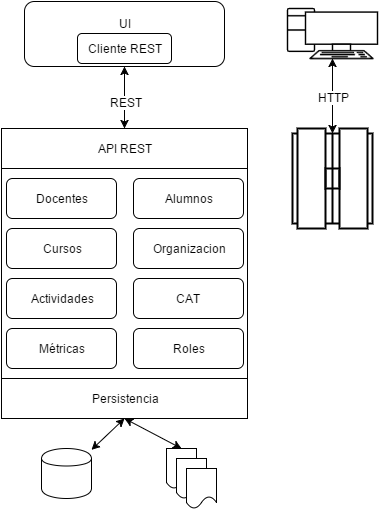
Before: trunk/docs/Entregables/Especificacion de Arquitectura/img/Arquitectura_0.png, a diagram exported from draw.io (safabox/SAFE). Source tidied: cells renumbered, new cells last; positions are measured from the earlier drawing's top-left corner, leaving out a move shared by most shapes.
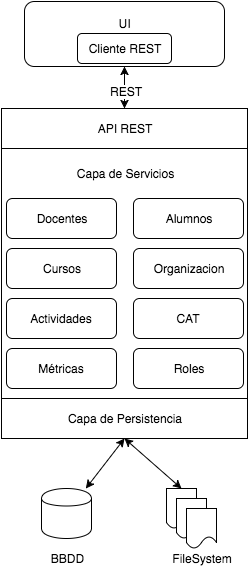
The same file after the commit.

Diff of the diagram source:
```diff
@@ -3,34 +3,34 @@
     <mxCell id="0" />
     <mxCell id="1" parent="0" />
     <mxCell id="2" style="whiteSpace=wrap;html=1;strokeWidth=1;align=center;" parent="1" vertex="1">
-      <mxGeometry y="167" width="246" height="210" as="geometry" />
+      <mxGeometry y="142" width="246" height="255" as="geometry" />
     </mxCell>
     <mxCell id="3" style="rounded=1;whiteSpace=wrap;html=1;strokeWidth=1;align=center;" parent="1" vertex="1">
       <mxGeometry x="23" width="200" height="65" as="geometry" />
     </mxCell>
     <mxCell id="4" value="Docentes" style="rounded=1;whiteSpace=wrap;html=1;strokeWidth=1;align=center;" parent="1" vertex="1">
-      <mxGeometry x="5" y="177" width="110" height="40" as="geometry" />
+      <mxGeometry x="5" y="197" width="110" height="40" as="geometry" />
     </mxCell>
     <mxCell id="5" value="Organizacion" style="rounded=1;whiteSpace=wrap;html=1;strokeWidth=1;align=center;" parent="1" vertex="1">
-      <mxGeometry x="132" y="227" width="110" height="40" as="geometry" />
+      <mxGeometry x="132" y="247" width="110" height="40" as="geometry" />
     </mxCell>
     <mxCell id="6" value="Alumnos" style="rounded=1;whiteSpace=wrap;html=1;strokeWidth=1;align=center;" parent="1" vertex="1">
-      <mxGeometry x="132" y="177" width="110" height="40" as="geometry" />
+      <mxGeometry x="132" y="197" width="110" height="40" as="geometry" />
     </mxCell>
     <mxCell id="7" value="Cursos" style="rounded=1;whiteSpace=wrap;html=1;strokeWidth=1;align=center;" parent="1" vertex="1">
-      <mxGeometry x="5" y="227" width="110" height="40" as="geometry" />
+      <mxGeometry x="5" y="247" width="110" height="40" as="geometry" />
     </mxCell>
     <mxCell id="8" value="Actividades" style="rounded=1;whiteSpace=wrap;html=1;strokeWidth=1;align=center;" parent="1" vertex="1">
-      <mxGeometry x="5" y="277" width="110" height="40" as="geometry" />
+      <mxGeometry x="5" y="297" width="110" height="40" as="geometry" />
     </mxCell>
     <mxCell id="9" value="Métricas" style="rounded=1;whiteSpace=wrap;html=1;strokeWidth=1;align=center;" parent="1" vertex="1">
-      <mxGeometry x="5" y="327" width="110" height="40" as="geometry" />
+      <mxGeometry x="5" y="347" width="110" height="40" as="geometry" />
     </mxCell>
     <mxCell id="10" value="CAT" style="rounded=1;whiteSpace=wrap;html=1;strokeWidth=1;align=center;" parent="1" vertex="1">
-      <mxGeometry x="132" y="277" width="110" height="40" as="geometry" />
+      <mxGeometry x="132" y="297" width="110" height="40" as="geometry" />
     </mxCell>
     <mxCell id="11" value="Roles" style="rounded=1;whiteSpace=wrap;html=1;strokeWidth=1;align=center;" parent="1" vertex="1">
-      <mxGeometry x="132" y="327" width="110" height="40" as="geometry" />
+      <mxGeometry x="132" y="347" width="110" height="40" as="geometry" />
     </mxCell>
     <mxCell id="12" style="edgeStyle=none;rounded=0;html=1;exitX=0.5;exitY=0;entryX=0.5;entryY=1;startArrow=classic;startFill=1;jettySize=auto;" parent="1" edge="1" source="14" target="3">
       <mxGeometry relative="1" as="geometry" />
@@ -39,28 +39,28 @@
       <mxGeometry x="-0.13" y="-1" relative="1" as="geometry" />
     </mxCell>
     <mxCell id="14" value="API REST" style="whiteSpace=wrap;html=1;strokeWidth=1;align=center;" parent="1" vertex="1">
-      <mxGeometry y="127" width="246" height="40" as="geometry" />
+      <mxGeometry y="107" width="246" height="40" as="geometry" />
     </mxCell>
     <mxCell id="15" style="edgeStyle=none;rounded=0;html=1;exitX=0.5;exitY=1;startArrow=classic;startFill=1;jettySize=auto;" parent="1" edge="1" source="16" target="17">
       <mxGeometry relative="1" as="geometry" />
     </mxCell>
-    <mxCell id="16" value="Persistencia" style="whiteSpace=wrap;html=1;strokeWidth=1;align=center;" parent="1" vertex="1">
-      <mxGeometry y="377" width="246" height="40" as="geometry" />
+    <mxCell id="16" value="Capa de Persistencia" style="whiteSpace=wrap;html=1;strokeWidth=1;align=center;" parent="1" vertex="1">
+      <mxGeometry y="397" width="246" height="40" as="geometry" />
     </mxCell>
     <mxCell id="17" style="shape=cylinder;whiteSpace=wrap;html=1;strokeWidth=1;align=center;" parent="1" vertex="1">
-      <mxGeometry x="40" y="447" width="50" height="50" as="geometry" />
+      <mxGeometry x="40" y="487" width="50" height="50" as="geometry" />
     </mxCell>
     <mxCell id="18" style="edgeStyle=none;rounded=0;html=1;exitX=0.5;exitY=0;entryX=0.5;entryY=1;startArrow=classic;startFill=1;jettySize=auto;" parent="1" edge="1" source="19" target="16">
       <mxGeometry relative="1" as="geometry" />
     </mxCell>
     <mxCell id="19" style="shape=document;whiteSpace=wrap;html=1;strokeWidth=1;align=center;" parent="1" vertex="1">
-      <mxGeometry x="165" y="447" width="30" height="40" as="geometry" />
+      <mxGeometry x="165" y="487" width="30" height="40" as="geometry" />
     </mxCell>
     <mxCell id="20" style="shape=document;whiteSpace=wrap;html=1;strokeWidth=1;align=center;" parent="1" vertex="1">
-      <mxGeometry x="175" y="457" width="30" height="40" as="geometry" />
+      <mxGeometry x="175" y="497" width="30" height="40" as="geometry" />
     </mxCell>
     <mxCell id="21" style="shape=document;whiteSpace=wrap;html=1;strokeWidth=1;align=center;" parent="1" vertex="1">
-      <mxGeometry x="185" y="467" width="30" height="40" as="geometry" />
+      <mxGeometry x="185" y="507" width="30" height="40" as="geometry" />
     </mxCell>
     <mxCell id="22" value="Cliente REST" style="rounded=1;whiteSpace=wrap;html=1;strokeWidth=1;align=center;" parent="1" vertex="1">
       <mxGeometry x="76" y="32" width="94" height="30" as="geometry" />
@@ -68,17 +68,14 @@
     <mxCell id="23" value="UI" style="text;html=1;strokeColor=none;fillColor=none;align=center;verticalAlign=middle;whiteSpace=wrap;overflow=hidden;" parent="1" vertex="1">
       <mxGeometry x="103" y="12" width="40" height="20" as="geometry" />
     </mxCell>
-    <mxCell id="24" style="edgeStyle=none;rounded=0;html=1;entryX=0.5;entryY=0.05;entryPerimeter=0;startArrow=classic;startFill=1;jettySize=auto;" parent="1" edge="1" source="26" target="27">
-      <mxGeometry relative="1" as="geometry" />
-    </mxCell>
-    <mxCell id="25" value="HTTP" style="text;html=1;align=center;verticalAlign=middle;labelBackgroundColor=#ffffff;" parent="24" vertex="1">
-      <mxGeometry x="0.01" y="1" relative="1" as="geometry" />
-    </mxCell>
-    <mxCell id="26" style="fontColor=#0066CC;verticalAlign=top;verticalLabelPosition=bottom;labelPosition=center;align=center;html=1;fillColor=#ffffff;strokeColor=#000000;gradientDirection=north;strokeWidth=2;shape=mxgraph.networks.pc;" parent="1" vertex="1">
-      <mxGeometry x="286" y="7" width="90" height="50" as="geometry" />
-    </mxCell>
-    <mxCell id="27" style="fontColor=#0066CC;verticalAlign=top;verticalLabelPosition=bottom;labelPosition=center;align=center;html=1;fillColor=#ffffff;strokeColor=#000000;gradientDirection=north;strokeWidth=2;shape=mxgraph.networks.mainframe;" parent="1" vertex="1">
-      <mxGeometry x="291" y="127" width="80" height="100" as="geometry" />
-    </mxCell>
+    <mxCell id="28" value="Capa de Servicios" style="text;html=1;strokeColor=none;fillColor=none;align=center;verticalAlign=middle;whiteSpace=wrap;overflow=hidden;" parent="1" vertex="1">
+      <mxGeometry x="33" y="162" width="180" height="20" as="geometry" />
+    </mxCell>
+    <mxCell id="29" value="FileSystem" style="text;html=1;strokeColor=none;fillColor=none;align=center;verticalAlign=middle;whiteSpace=wrap;overflow=hidden;" parent="1" vertex="1">
+      <mxGeometry x="165" y="547" width="71" height="20" as="geometry" />
+    </mxCell>
+    <mxCell id="30" value="BBDD" style="text;html=1;strokeColor=none;fillColor=none;align=center;verticalAlign=middle;whiteSpace=wrap;overflow=hidden;" parent="1" vertex="1">
+      <mxGeometry x="45" y="547" width="40" height="20" as="geometry" />
+    </mxCell>
   </root>
 </mxGraphModel>
```
